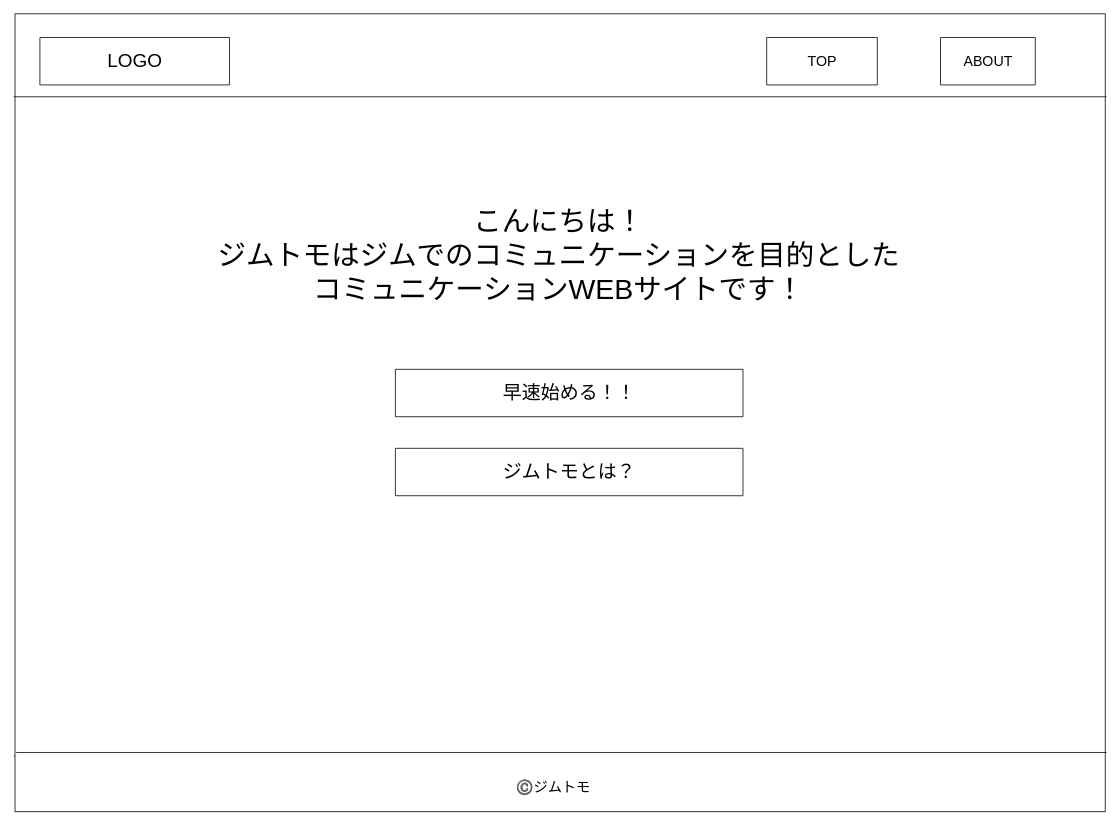
This is page "トップ" (1 of 6) of 名称未設定ファイル.drawio from 74905/kintore_app, a draw.io file, before an edit. Source tidied: cells renumbered, new cells numbered last; positions are measured from the earlier drawing's top-left corner, leaving out a move shared by most shapes. Both pictures are drawn from the tidied source at 79%, with x=0, y=0 at pixel (13, 13).
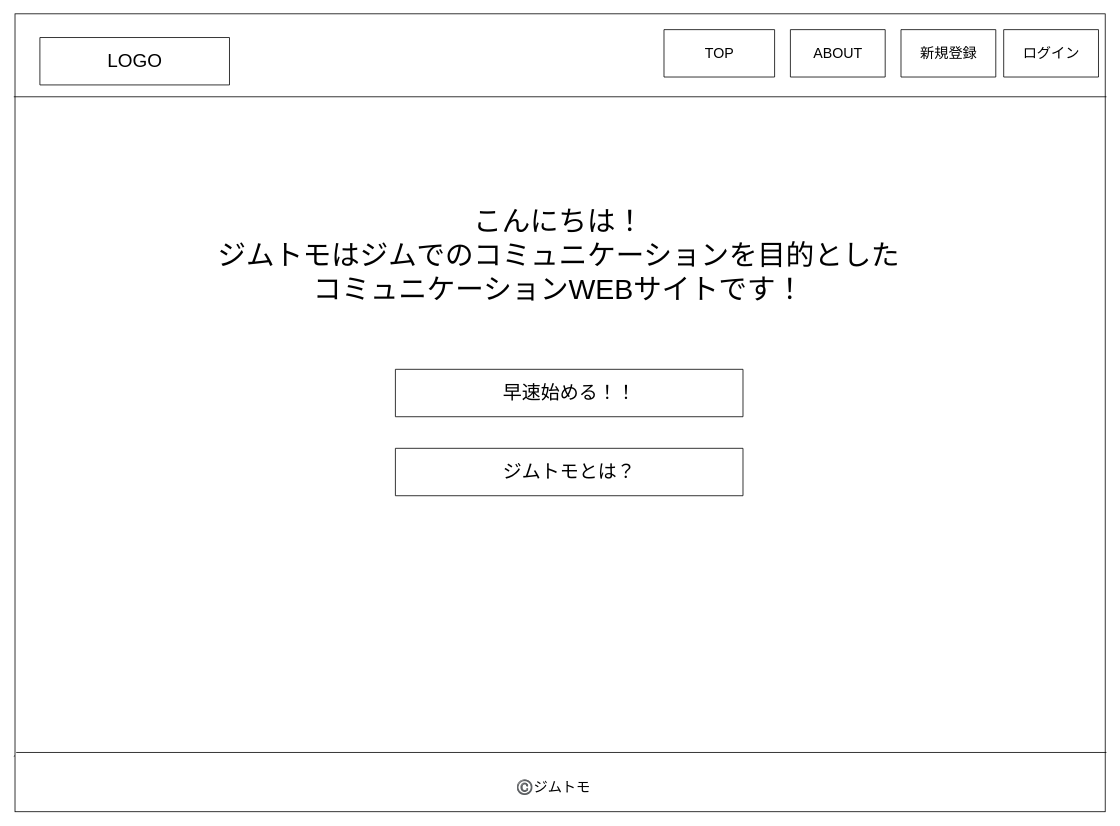
The same page after the edit.

Diff of the diagram source:
```diff
@@
 <mxGraphModel>
   <root>
     <mxCell id="0" />
     <mxCell id="1" parent="0" />
     <mxCell id="2" style="rounded=0;whiteSpace=wrap;html=1;fillColor=none;" parent="1" vertex="1">
       <mxGeometry x="1.5" width="1380" height="1010" as="geometry" />
     </mxCell>
     <mxCell id="3" style="line;strokeWidth=1;dashed=0;labelPosition=right;align=left;verticalAlign=middle;spacingTop=0;spacingLeft=6;fillColor=none;" parent="1" vertex="1">
       <mxGeometry y="100" width="1383" height="10" as="geometry" />
     </mxCell>
     <mxCell id="4" style="endArrow=none;html=1;rounded=0;" parent="1" edge="1" target="2">
       <mxGeometry relative="1" as="geometry">
         <mxPoint y="940" as="sourcePoint" />
       </mxGeometry>
     </mxCell>
     <mxCell id="5" style="line;strokeWidth=1;dashed=0;labelPosition=right;align=left;verticalAlign=middle;spacingTop=0;spacingLeft=6;fillColor=none;" parent="1" vertex="1">
       <mxGeometry x="3" y="930" width="1380" height="10" as="geometry" />
     </mxCell>
     <mxCell id="6" value="&lt;font style=&quot;font-size: 24px&quot;&gt;LOGO&lt;/font&gt;" style="verticalLabelPosition=middle;verticalAlign=middle;html=1;shape=mxgraph.basic.rect;fillColor2=none;strokeWidth=1;size=20;indent=5;align=center;labelPosition=center;" parent="1" vertex="1">
       <mxGeometry x="33" y="30" width="240" height="60" as="geometry" />
     </mxCell>
     <mxCell id="7" value="&lt;font style=&quot;font-size: 18px&quot;&gt;TOP&lt;/font&gt;" style="verticalLabelPosition=middle;verticalAlign=middle;html=1;shape=mxgraph.basic.rect;fillColor2=none;strokeWidth=1;size=20;indent=5;fillColor=#ffffff;align=center;labelPosition=center;" parent="1" vertex="1">
-      <mxGeometry x="953" y="30" width="140" height="60" as="geometry" />
+      <mxGeometry x="823" y="20" width="140" height="60" as="geometry" />
     </mxCell>
     <mxCell id="8" value="&lt;font style=&quot;font-size: 18px&quot;&gt;ABOUT&lt;/font&gt;" style="verticalLabelPosition=middle;verticalAlign=middle;html=1;shape=mxgraph.basic.rect;fillColor2=none;strokeWidth=1;size=20;indent=5;fillColor=#ffffff;align=center;labelPosition=center;" parent="1" vertex="1">
-      <mxGeometry x="1173" y="30" width="120" height="60" as="geometry" />
+      <mxGeometry x="983" y="20" width="120" height="60" as="geometry" />
     </mxCell>
     <mxCell id="9" value="&lt;font style=&quot;font-size: 18px&quot;&gt;©️ジムトモ&lt;/font&gt;" style="text;html=1;strokeColor=none;fillColor=none;align=center;verticalAlign=middle;whiteSpace=wrap;rounded=0;" parent="1" vertex="1">
       <mxGeometry x="623" y="970" width="120" height="20" as="geometry" />
     </mxCell>
     <mxCell id="10" value="&lt;font style=&quot;font-size: 36px&quot;&gt;こんにちは！&lt;br&gt;ジムトモはジムでのコミュニケーションを目的とした&lt;br&gt;コミュニケーションWEBサイトです！&lt;br&gt;&lt;/font&gt;" style="text;html=1;strokeColor=none;fillColor=none;align=center;verticalAlign=middle;whiteSpace=wrap;rounded=0;" parent="1" vertex="1">
       <mxGeometry x="190" y="230" width="1000" height="150" as="geometry" />
     </mxCell>
     <mxCell id="11" value="&lt;font style=&quot;font-size: 24px&quot;&gt;早速始める！！&lt;/font&gt;" style="verticalLabelPosition=middle;verticalAlign=middle;html=1;shape=mxgraph.basic.rect;fillColor2=none;strokeWidth=1;size=20;indent=5;fillColor=#ffffff;align=center;labelPosition=center;" parent="1" vertex="1">
       <mxGeometry x="483" y="450" width="440" height="60" as="geometry" />
     </mxCell>
     <mxCell id="12" value="&lt;font style=&quot;font-size: 24px&quot;&gt;ジムトモとは？&lt;/font&gt;" style="verticalLabelPosition=middle;verticalAlign=middle;html=1;shape=mxgraph.basic.rect;fillColor2=none;strokeWidth=1;size=20;indent=5;fillColor=#ffffff;align=center;labelPosition=center;" parent="1" vertex="1">
       <mxGeometry x="483" y="550" width="440" height="60" as="geometry" />
     </mxCell>
+    <mxCell id="13" value="&lt;font style=&quot;font-size: 18px&quot;&gt;新規登録&lt;/font&gt;" style="verticalLabelPosition=middle;verticalAlign=middle;html=1;shape=mxgraph.basic.rect;fillColor2=none;strokeWidth=1;size=20;indent=5;fillColor=#ffffff;align=center;labelPosition=center;" parent="1" vertex="1">
+      <mxGeometry x="1123" y="20" width="120" height="60" as="geometry" />
+    </mxCell>
+    <mxCell id="14" value="&lt;span style=&quot;font-size: 18px&quot;&gt;ログイン&lt;br&gt;&lt;/span&gt;" style="verticalLabelPosition=middle;verticalAlign=middle;html=1;shape=mxgraph.basic.rect;fillColor2=none;strokeWidth=1;size=20;indent=5;fillColor=#ffffff;align=center;labelPosition=center;" parent="1" vertex="1">
+      <mxGeometry x="1253" y="20" width="120" height="60" as="geometry" />
+    </mxCell>
   </root>
 </mxGraphModel>
```
